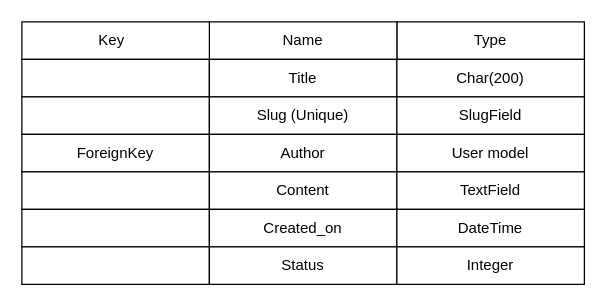
Above: Untitled Diagram.drawio in xttrust/django-blog (draw.io), before the change. Source tidied: cells renumbered, new cells numbered last; positions are measured from the earlier drawing's top-left corner, leaving out a move shared by most shapes. Both pictures are drawn from the tidied source at 125%, with x=0, y=0 at pixel (21, 21).
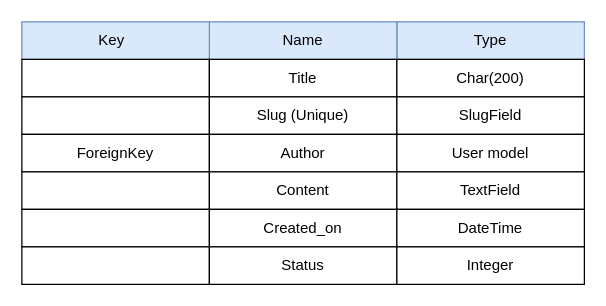
The same page after the edit.

Diff of the diagram source:
```diff
@@
-    <mxCell id="2" value="Type" style="rounded=0;whiteSpace=wrap;html=1;" parent="1" vertex="1">
+    <mxCell id="2" value="Type" style="rounded=0;whiteSpace=wrap;html=1;fillColor=#dae8fc;strokeColor=#6c8ebf;" parent="1" vertex="1">
       <mxGeometry x="300" width="150" height="30" as="geometry" />
     </mxCell>
-    <mxCell id="3" value="Name" style="rounded=0;whiteSpace=wrap;html=1;" parent="1" vertex="1">
+    <mxCell id="3" value="Name" style="rounded=0;whiteSpace=wrap;html=1;fillColor=#dae8fc;strokeColor=#6c8ebf;" parent="1" vertex="1">
       <mxGeometry x="150" width="150" height="30" as="geometry" />
     </mxCell>
-    <mxCell id="4" value="Key&lt;span style=&quot;white-space: pre;&quot;&gt;&#9;&lt;/span&gt;" style="rounded=0;whiteSpace=wrap;html=1;" parent="1" vertex="1">
+    <mxCell id="4" value="Key&lt;span style=&quot;white-space: pre;&quot;&gt;&#9;&lt;/span&gt;" style="rounded=0;whiteSpace=wrap;html=1;fillColor=#dae8fc;strokeColor=#6c8ebf;" parent="1" vertex="1">
       <mxGeometry width="150" height="30" as="geometry" />
     </mxCell>
```
